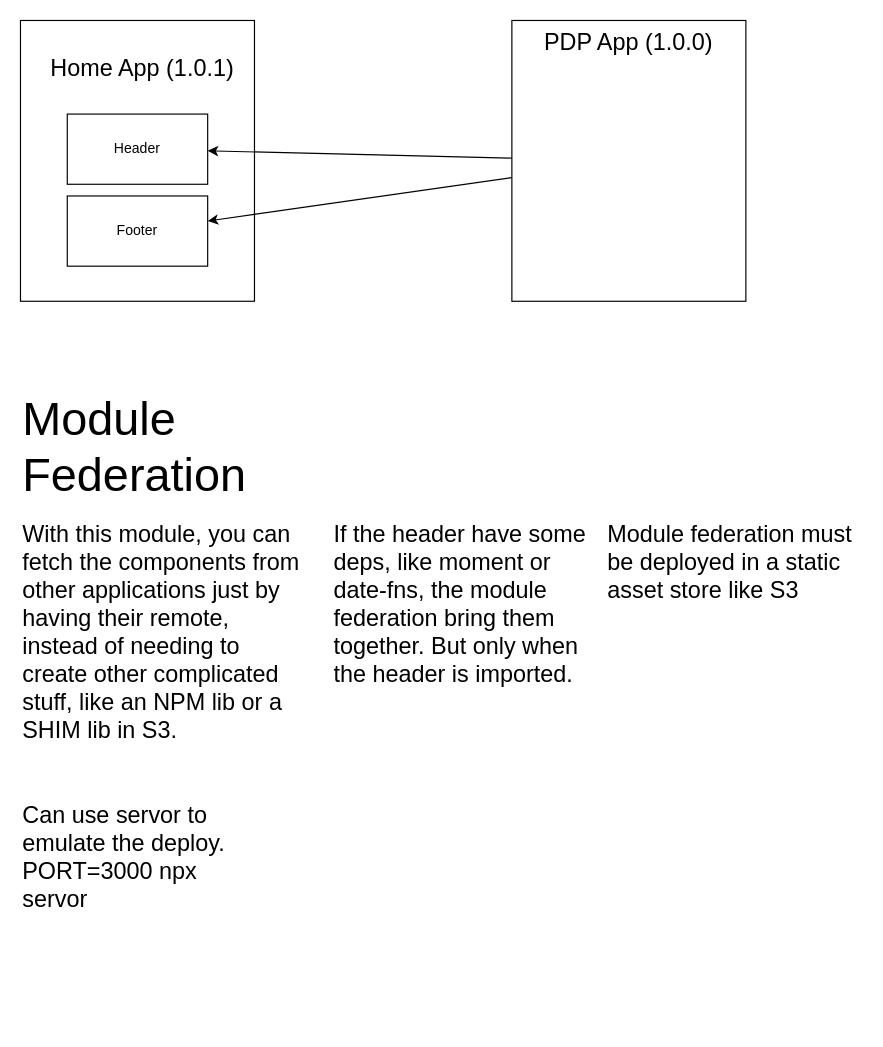
This is page "Page-1" (1 of 3) of architecture.dio from Forguz/MICRO-FE, a draw.io file, before an edit. Source tidied: cells renumbered, new cells numbered last; positions are measured from the earlier drawing's top-left corner, leaving out a move shared by most shapes. Both pictures are drawn from the tidied source at 117%, with x=0, y=0 at pixel (20, 20).
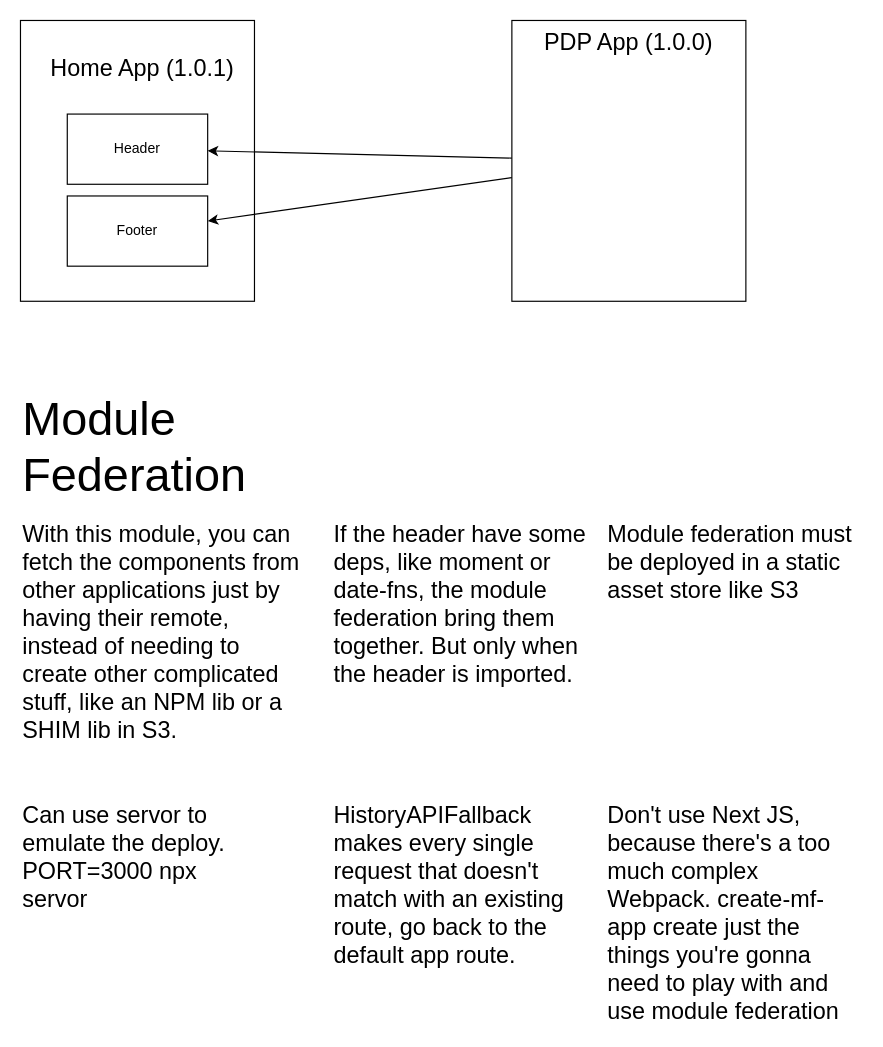
Above is the later version.

The edit, as a diff of the source:
```diff
@@
 <mxGraphModel>
   <root>
     <mxCell id="0" />
     <mxCell id="1" parent="0" />
     <mxCell id="2" style="whiteSpace=wrap;html=1;" parent="1" vertex="1">
       <mxGeometry width="200" height="240" as="geometry" />
     </mxCell>
     <mxCell id="3" value="Home App (1.0.1)" style="text;strokeColor=none;fillColor=none;align=left;verticalAlign=middle;spacingLeft=4;spacingRight=4;overflow=hidden;whiteSpace=wrap;html=1;fontSize=20;" parent="1" vertex="1">
       <mxGeometry x="20" y="10" width="185" height="60" as="geometry" />
     </mxCell>
     <mxCell id="4" style="edgeStyle=none;html=1;fontSize=20;" parent="1" edge="1" source="6" target="7">
       <mxGeometry relative="1" as="geometry" />
     </mxCell>
     <mxCell id="5" style="edgeStyle=none;html=1;fontSize=20;" parent="1" edge="1" source="6" target="8">
       <mxGeometry relative="1" as="geometry" />
     </mxCell>
     <mxCell id="6" value="PDP App (1.0.0)" style="whiteSpace=wrap;html=1;verticalAlign=top;fontSize=20;" parent="1" vertex="1">
       <mxGeometry x="420" width="200" height="240" as="geometry" />
     </mxCell>
     <mxCell id="7" value="Header" style="rounded=0;whiteSpace=wrap;html=1;" parent="1" vertex="1">
       <mxGeometry x="40" y="80" width="120" height="60" as="geometry" />
     </mxCell>
     <mxCell id="8" value="Footer" style="rounded=0;whiteSpace=wrap;html=1;" parent="1" vertex="1">
       <mxGeometry x="40" y="150" width="120" height="60" as="geometry" />
     </mxCell>
     <mxCell id="9" value="If the header have some deps, like moment or date-fns, the module federation bring them together. But only when the header is imported." style="text;html=1;strokeColor=none;fillColor=none;align=left;verticalAlign=top;whiteSpace=wrap;rounded=0;fontSize=20;" parent="1" vertex="1">
       <mxGeometry x="266.2" y="420" width="233.8" height="170" as="geometry" />
     </mxCell>
     <mxCell id="10" value="Module federation must be deployed in a static asset store like S3" style="text;html=1;strokeColor=none;fillColor=none;align=left;verticalAlign=top;whiteSpace=wrap;rounded=0;fontSize=20;" parent="1" vertex="1">
       <mxGeometry x="500" y="420" width="220" height="190" as="geometry" />
     </mxCell>
     <mxCell id="11" value="&lt;span style=&quot;&quot;&gt;With this module, you can fetch the components from other applications just by having their remote, instead of needing to create other complicated stuff, like an NPM lib or a SHIM lib in S3.&lt;/span&gt;" style="text;html=1;strokeColor=none;fillColor=none;align=left;verticalAlign=top;whiteSpace=wrap;rounded=0;fontSize=20;" parent="1" vertex="1">
       <mxGeometry y="420" width="240" height="215" as="geometry" />
     </mxCell>
     <mxCell id="12" value="Module Federation" style="text;html=1;strokeColor=none;fillColor=none;align=left;verticalAlign=top;whiteSpace=wrap;rounded=0;fontSize=40;" parent="1" vertex="1">
       <mxGeometry y="310" width="200" height="100" as="geometry" />
     </mxCell>
     <mxCell id="13" value="Can use servor to emulate the deploy. PORT=3000 npx servor" style="text;html=1;strokeColor=none;fillColor=none;align=left;verticalAlign=top;whiteSpace=wrap;rounded=0;fontSize=20;" parent="1" vertex="1">
       <mxGeometry y="660" width="180" height="130" as="geometry" />
     </mxCell>
+    <mxCell id="14" value="HistoryAPIFallback makes every single request that doesn't match with an existing route, go back to the default app route." style="text;html=1;strokeColor=none;fillColor=none;align=left;verticalAlign=top;whiteSpace=wrap;rounded=0;fontSize=20;" parent="1" vertex="1">
+      <mxGeometry x="266.2" y="660" width="213.8" height="150" as="geometry" />
+    </mxCell>
+    <mxCell id="15" value="Don't use Next JS, because there's a too much complex Webpack. create-mf-app create just the things you're gonna need to play with and use module federation" style="text;html=1;strokeColor=none;fillColor=none;align=left;verticalAlign=top;whiteSpace=wrap;rounded=0;fontSize=20;" parent="1" vertex="1">
+      <mxGeometry x="500" y="660" width="220" height="200" as="geometry" />
+    </mxCell>
   </root>
 </mxGraphModel>
```
